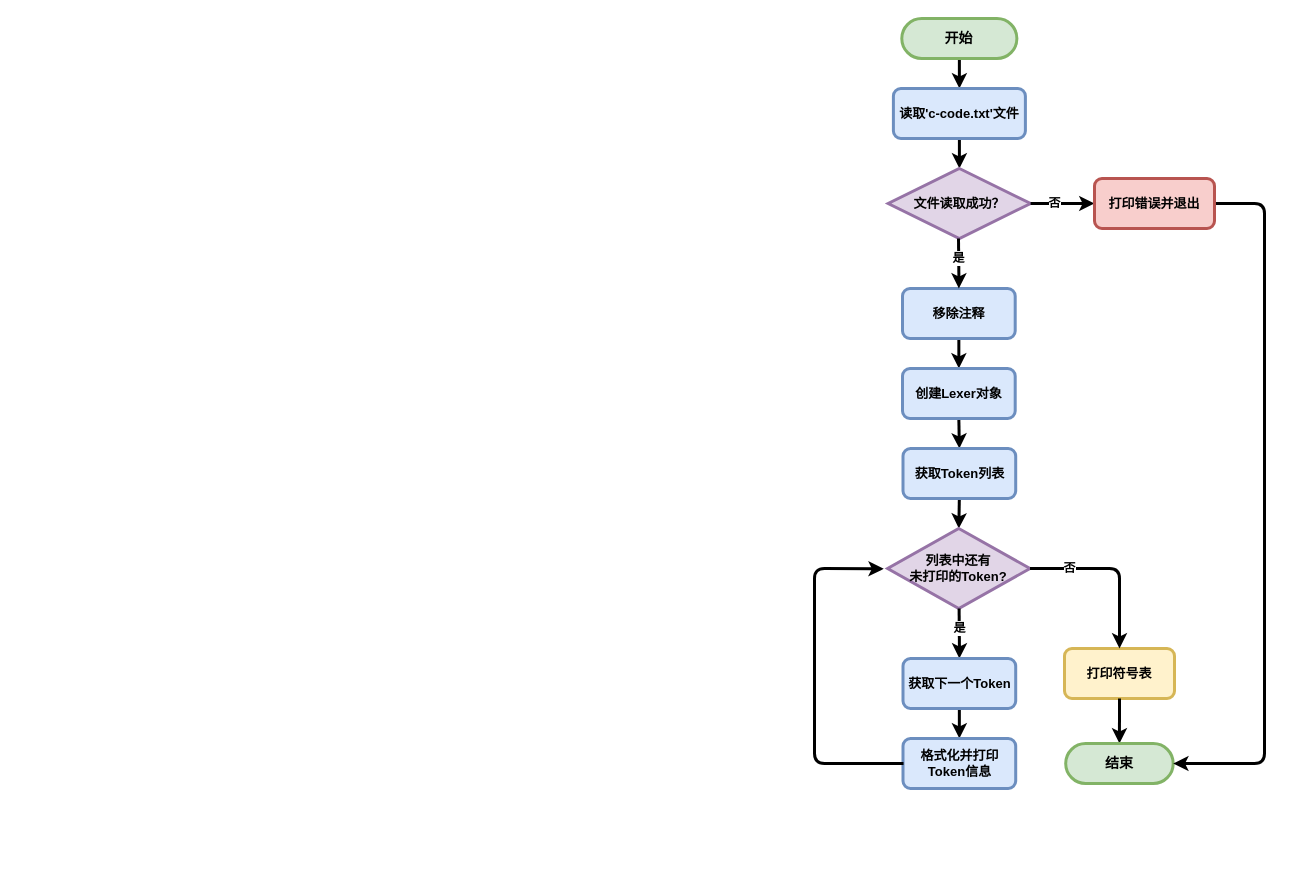
The draw.io diagram draw/flow-MAIN.drawio in zhangbird050801/C-Compiler, before the edit. Source tidied: cells renumbered, new cells numbered last; positions are measured from the earlier drawing's top-left corner, leaving out a move shared by most shapes. Both pictures are drawn from the tidied source at 100%, with x=0, y=0 at pixel (814, 18).
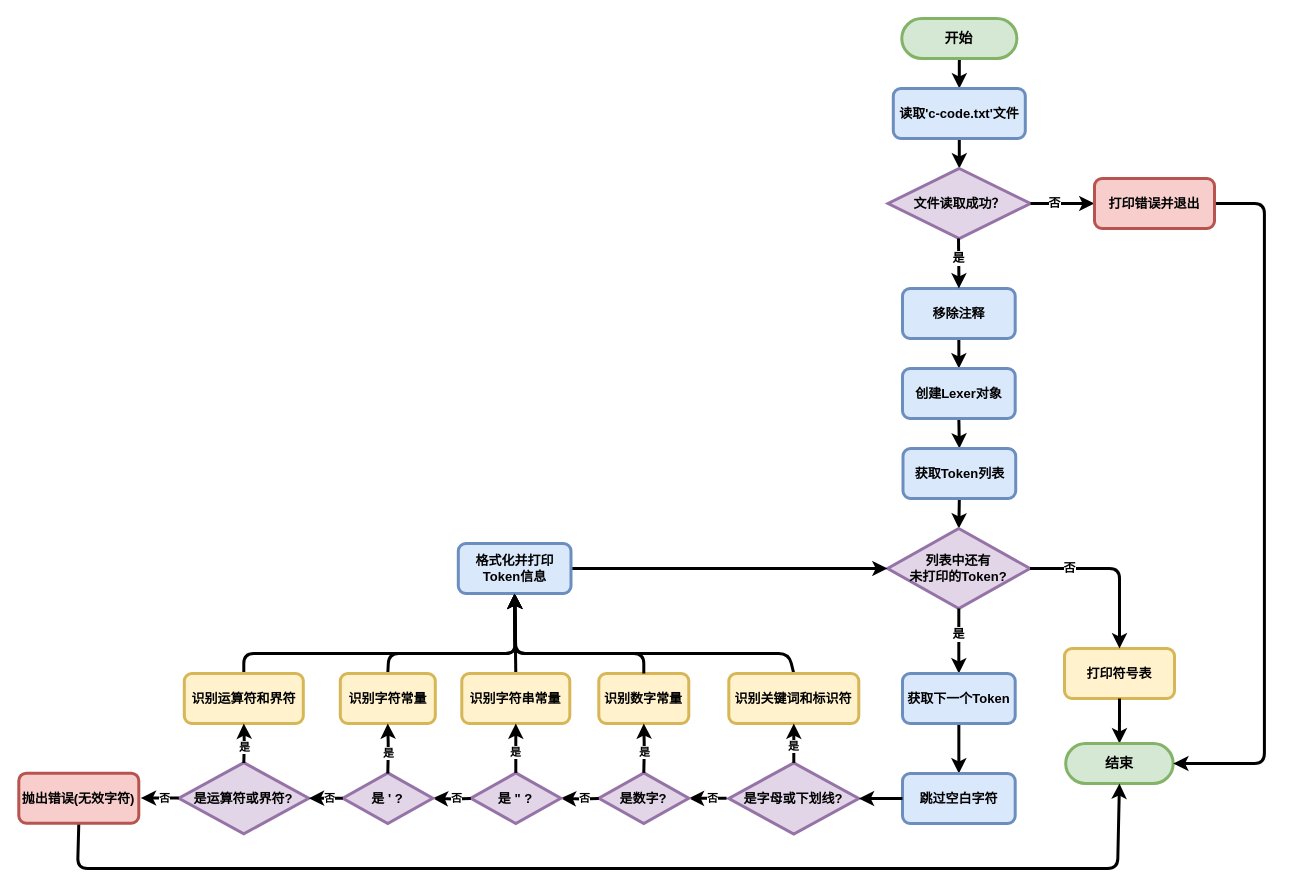
The same page after the edit.

Unchanged cells that the change refers to:
```xml
<mxCell id="8" value="&lt;span style=&quot;color: rgb(0, 0, 0);&quot;&gt;&lt;font style=&quot;&quot;&gt;移除注释&lt;/font&gt;&lt;/span&gt;" style="rounded=1;whiteSpace=wrap;html=1;fillColor=#dae8fc;strokeColor=#6c8ebf;strokeWidth=3;fontStyle=1;fontSize=13;" parent="1" vertex="1">
  <mxGeometry x="88" y="270" width="112.7" height="50" as="geometry" />
</mxCell>
<mxCell id="11" value="&lt;span style=&quot;color: rgb(0, 0, 0);&quot;&gt;&lt;font style=&quot;&quot;&gt;创建Lexer对象&lt;/font&gt;&lt;/span&gt;" style="rounded=1;whiteSpace=wrap;html=1;fillColor=#dae8fc;strokeColor=#6c8ebf;strokeWidth=3;fontStyle=1;fontSize=13;" parent="1" vertex="1">
  <mxGeometry x="88" y="350" width="112.7" height="50" as="geometry" />
</mxCell>
<mxCell id="13" value="&lt;span style=&quot;color: rgb(0, 0, 0);&quot;&gt;获取Token列表&lt;/span&gt;" style="rounded=1;whiteSpace=wrap;html=1;fillColor=#dae8fc;strokeColor=#6c8ebf;strokeWidth=3;fontStyle=1;fontSize=13;" parent="1" vertex="1">
  <mxGeometry x="88.5" y="430" width="112.7" height="50" as="geometry" />
</mxCell>
<mxCell id="20" value="打印符号表" style="rounded=1;whiteSpace=wrap;html=1;fillColor=#fff2cc;strokeColor=#d6b656;strokeWidth=3;fontStyle=1;fontSize=13;" parent="1" vertex="1">
  <mxGeometry x="250" y="630" width="110" height="50" as="geometry" />
</mxCell>
```

What changed in the source:
```diff
@@
-    <mxCell id="2" style="edgeStyle=none;html=1;exitX=0.5;exitY=1;exitDx=0;exitDy=0;entryX=0.5;entryY=0;entryDx=0;entryDy=0;strokeWidth=3;" parent="1" edge="1" source="3" target="5">
+    <mxCell id="2" style="edgeStyle=none;html=1;exitX=0.5;exitY=1;exitDx=0;exitDy=0;entryX=0.5;entryY=0;entryDx=0;entryDy=0;strokeWidth=3;fontStyle=1;" parent="1" edge="1" source="3" target="5">
       <mxGeometry relative="1" as="geometry" />
     </mxCell>
-    <mxCell id="3" value="&lt;b&gt;开始&lt;/b&gt;" style="rounded=1;whiteSpace=wrap;html=1;fillColor=#d5e8d4;strokeColor=#82b366;strokeWidth=3;fontStyle=1;fontSize=14;arcSize=50;" parent="1" vertex="1">
+    <mxCell id="3" value="&lt;span&gt;开始&lt;/span&gt;" style="rounded=1;whiteSpace=wrap;html=1;fillColor=#d5e8d4;strokeColor=#82b366;strokeWidth=3;fontStyle=1;fontSize=14;arcSize=50;" parent="1" vertex="1">
       <mxGeometry x="87.3" width="115.1" height="40" as="geometry" />
     </mxCell>
-    <mxCell id="4" style="edgeStyle=none;html=1;exitX=0.5;exitY=1;exitDx=0;exitDy=0;entryX=0.5;entryY=0;entryDx=0;entryDy=0;strokeWidth=3;" parent="1" edge="1" source="5" target="6">
+    <mxCell id="4" style="edgeStyle=none;html=1;exitX=0.5;exitY=1;exitDx=0;exitDy=0;entryX=0.5;entryY=0;entryDx=0;entryDy=0;strokeWidth=3;fontStyle=1;" parent="1" edge="1" source="5" target="6">
       <mxGeometry relative="1" as="geometry" />
     </mxCell>
     <mxCell id="5" value="读取&lt;span style=&quot;color: rgb(0, 0, 0);&quot;&gt;'c-code.txt'文件&lt;/span&gt;" style="rounded=1;whiteSpace=wrap;html=1;fillColor=#dae8fc;strokeColor=#6c8ebf;strokeWidth=3;fontStyle=1;fontSize=13;" parent="1" vertex="1">
-      <mxGeometry x="78.9" y="70" width="132" height="50" as="geometry" />
+      <mxGeometry x="78.8" y="70" width="132" height="50" as="geometry" />
     </mxCell>
     <mxCell id="6" value="文件读取成功？" style="rhombus;whiteSpace=wrap;html=1;fillColor=#e1d5e7;strokeColor=#9673a6;strokeWidth=3;fontStyle=1;fontSize=13;" parent="1" vertex="1">
-      <mxGeometry x="73.7" y="150" width="142.4" height="70" as="geometry" />
+      <mxGeometry x="73.6" y="150" width="142.4" height="70" as="geometry" />
     </mxCell>
-    <mxCell id="7" style="edgeStyle=none;html=1;exitX=0.5;exitY=1;exitDx=0;exitDy=0;entryX=0.5;entryY=0;entryDx=0;entryDy=0;strokeWidth=3;" parent="1" edge="1" source="8" target="11">
+    <mxCell id="7" style="edgeStyle=none;html=1;exitX=0.5;exitY=1;exitDx=0;exitDy=0;entryX=0.5;entryY=0;entryDx=0;entryDy=0;strokeWidth=3;fontStyle=1;" parent="1" edge="1" source="8" target="11">
       <mxGeometry relative="1" as="geometry" />
     </mxCell>
@@
-    <mxCell id="9" value="&lt;b&gt;是&lt;/b&gt;" style="edgeStyle=orthogonalEdgeStyle;rounded=1;jettySize=auto;html=1;strokeWidth=3;endArrow=classic;jumpStyle=arc;jumpSize=6;fontStyle=1;fontSize=12;exitX=0;exitY=0.5;exitDx=0;exitDy=0;entryX=0.5;entryY=0;entryDx=0;entryDy=0;" parent="1" edge="1" target="8">
+    <mxCell id="9" value="&lt;span&gt;是&lt;/span&gt;" style="edgeStyle=orthogonalEdgeStyle;rounded=1;jettySize=auto;html=1;strokeWidth=3;endArrow=classic;jumpStyle=arc;jumpSize=6;fontStyle=1;fontSize=12;exitX=0;exitY=0.5;exitDx=0;exitDy=0;entryX=0.5;entryY=0;entryDx=0;entryDy=0;" parent="1" edge="1" target="8">
       <mxGeometry x="-0.2" relative="1" as="geometry">
         <mxPoint x="144" y="220" as="sourcePoint" />
       </mxGeometry>
     </mxCell>
-    <mxCell id="10" style="edgeStyle=none;html=1;exitX=0.5;exitY=1;exitDx=0;exitDy=0;entryX=0.5;entryY=0;entryDx=0;entryDy=0;strokeWidth=3;" parent="1" edge="1" source="11" target="13">
+    <mxCell id="10" style="edgeStyle=none;html=1;exitX=0.5;exitY=1;exitDx=0;exitDy=0;entryX=0.5;entryY=0;entryDx=0;entryDy=0;strokeWidth=3;fontStyle=1;" parent="1" edge="1" source="11" target="13">
       <mxGeometry relative="1" as="geometry" />
     </mxCell>
@@
-    <mxCell id="12" style="edgeStyle=none;html=1;exitX=0.5;exitY=1;exitDx=0;exitDy=0;entryX=0.5;entryY=0;entryDx=0;entryDy=0;strokeWidth=3;" parent="1" edge="1" source="13" target="14">
+    <mxCell id="12" style="edgeStyle=none;html=1;exitX=0.5;exitY=1;exitDx=0;exitDy=0;entryX=0.5;entryY=0;entryDx=0;entryDy=0;strokeWidth=3;fontStyle=1;" parent="1" edge="1" source="13" target="14">
       <mxGeometry relative="1" as="geometry" />
     </mxCell>
@@
-    <mxCell id="14" value="&lt;b&gt;列表中还有&lt;/b&gt;&lt;div&gt;&lt;b&gt;未打印的Token?&lt;/b&gt;&lt;/div&gt;" style="rhombus;whiteSpace=wrap;html=1;fillColor=#e1d5e7;strokeColor=#9673a6;strokeWidth=3;fontStyle=1;fontSize=13;" parent="1" vertex="1">
+    <mxCell id="14" value="&lt;span&gt;列表中还有&lt;/span&gt;&lt;div&gt;&lt;span&gt;未打印的Token?&lt;/span&gt;&lt;/div&gt;" style="rhombus;whiteSpace=wrap;html=1;fillColor=#e1d5e7;strokeColor=#9673a6;strokeWidth=3;fontStyle=1;fontSize=13;" parent="1" vertex="1">
       <mxGeometry x="73.1" y="510" width="142.4" height="80" as="geometry" />
     </mxCell>
-    <mxCell id="15" value="&lt;b&gt;是&lt;/b&gt;" style="edgeStyle=orthogonalEdgeStyle;rounded=1;jettySize=auto;html=1;strokeWidth=3;endArrow=classic;jumpStyle=arc;jumpSize=6;fontStyle=1;fontSize=12;exitX=0;exitY=0.5;exitDx=0;exitDy=0;entryX=0.5;entryY=0;entryDx=0;entryDy=0;" parent="1" edge="1" target="17">
-      <mxGeometry x="-0.2" relative="1" as="geometry">
-        <mxPoint x="144.6" y="590" as="sourcePoint" />
-      </mxGeometry>
+    <mxCell id="15" value="&lt;span&gt;是&lt;/span&gt;" style="edgeStyle=orthogonalEdgeStyle;rounded=1;jettySize=auto;html=1;strokeWidth=3;endArrow=classic;jumpStyle=arc;jumpSize=6;fontStyle=1;fontSize=12;exitX=0.5;exitY=1;exitDx=0;exitDy=0;entryX=0.5;entryY=0;entryDx=0;entryDy=0;" parent="1" edge="1" source="14" target="17">
+      <mxGeometry x="-0.2" relative="1" as="geometry" />
     </mxCell>
-    <mxCell id="16" style="edgeStyle=none;html=1;exitX=0.5;exitY=1;exitDx=0;exitDy=0;strokeWidth=3;" parent="1" edge="1" source="17" target="18">
+    <mxCell id="16" style="edgeStyle=none;html=1;exitX=0.5;exitY=1;exitDx=0;exitDy=0;strokeWidth=3;fontStyle=1;" parent="1" edge="1" source="17" target="18">
       <mxGeometry relative="1" as="geometry" />
     </mxCell>
     <mxCell id="17" value="&lt;span style=&quot;color: rgb(0, 0, 0);&quot;&gt;获取下一个Token&lt;/span&gt;" style="rounded=1;whiteSpace=wrap;html=1;fillColor=#dae8fc;strokeColor=#6c8ebf;strokeWidth=3;fontStyle=1;fontSize=13;" parent="1" vertex="1">
-      <mxGeometry x="88.5" y="640" width="112.7" height="50" as="geometry" />
+      <mxGeometry x="88" y="655" width="112.7" height="50" as="geometry" />
     </mxCell>
-    <mxCell id="18" value="&lt;span style=&quot;color: rgb(0, 0, 0);&quot;&gt;格式化并打印Token信息&lt;/span&gt;" style="rounded=1;whiteSpace=wrap;html=1;fillColor=#dae8fc;strokeColor=#6c8ebf;strokeWidth=3;fontStyle=1;fontSize=13;" parent="1" vertex="1">
-      <mxGeometry x="88.5" y="720" width="112.7" height="50" as="geometry" />
+    <mxCell id="18" value="跳过空白字符" style="rounded=1;whiteSpace=wrap;html=1;fillColor=#dae8fc;strokeColor=#6c8ebf;strokeWidth=3;fontStyle=1;fontSize=13;" parent="1" vertex="1">
+      <mxGeometry x="88" y="755" width="112.7" height="50" as="geometry" />
     </mxCell>
-    <mxCell id="19" style="edgeStyle=none;html=1;entryX=-0.027;entryY=0.504;entryDx=0;entryDy=0;entryPerimeter=0;strokeWidth=3;" parent="1" edge="1" target="14">
-      <mxGeometry relative="1" as="geometry">
-        <mxPoint x="89" y="745" as="sourcePoint" />
-        <Array as="points">
-          <mxPoint y="745" />
-          <mxPoint y="550" />
-        </Array>
-      </mxGeometry>
-    </mxCell>
@@
-    <mxCell id="21" value="&lt;b&gt;否&lt;/b&gt;" style="edgeStyle=orthogonalEdgeStyle;rounded=1;jettySize=auto;html=1;strokeWidth=3;endArrow=classic;jumpStyle=arc;jumpSize=6;fontStyle=1;fontSize=12;entryX=0.5;entryY=0;entryDx=0;entryDy=0;exitX=1;exitY=0.5;exitDx=0;exitDy=0;" parent="1" edge="1" source="14" target="20">
+    <mxCell id="21" value="&lt;span&gt;否&lt;/span&gt;" style="edgeStyle=orthogonalEdgeStyle;rounded=1;jettySize=auto;html=1;strokeWidth=3;endArrow=classic;jumpStyle=arc;jumpSize=6;fontStyle=1;fontSize=12;entryX=0.5;entryY=0;entryDx=0;entryDy=0;exitX=1;exitY=0.5;exitDx=0;exitDy=0;" parent="1" edge="1" source="14" target="20">
       <mxGeometry x="-0.54" relative="1" as="geometry" />
     </mxCell>
-    <mxCell id="22" style="edgeStyle=none;html=1;entryX=0.5;entryY=0;entryDx=0;entryDy=0;strokeWidth=3;exitX=0.5;exitY=1;exitDx=0;exitDy=0;" parent="1" edge="1" source="20" target="23">
+    <mxCell id="22" style="edgeStyle=none;html=1;entryX=0.5;entryY=0;entryDx=0;entryDy=0;strokeWidth=3;exitX=0.5;exitY=1;exitDx=0;exitDy=0;fontStyle=1;" parent="1" edge="1" source="20" target="23">
       <mxGeometry relative="1" as="geometry" />
     </mxCell>
-    <mxCell id="23" value="&lt;b&gt;结束&lt;/b&gt;" style="rounded=1;whiteSpace=wrap;html=1;fillColor=#d5e8d4;strokeColor=#82b366;strokeWidth=3;fontStyle=1;fontSize=14;arcSize=50;" parent="1" vertex="1">
+    <mxCell id="23" value="&lt;span&gt;结束&lt;/span&gt;" style="rounded=1;whiteSpace=wrap;html=1;fillColor=#d5e8d4;strokeColor=#82b366;strokeWidth=3;fontStyle=1;fontSize=14;arcSize=50;" parent="1" vertex="1">
       <mxGeometry x="251.2" y="725" width="107.5" height="40" as="geometry" />
     </mxCell>
-    <mxCell id="24" value="&lt;b&gt;否&lt;/b&gt;" style="edgeStyle=orthogonalEdgeStyle;rounded=1;jettySize=auto;html=1;strokeWidth=3;endArrow=classic;jumpStyle=arc;jumpSize=6;fontStyle=1;fontSize=12;exitX=1;exitY=0.5;exitDx=0;exitDy=0;entryX=0;entryY=0.5;entryDx=0;entryDy=0;" parent="1" edge="1" source="6" target="26">
+    <mxCell id="24" value="&lt;span&gt;否&lt;/span&gt;" style="edgeStyle=orthogonalEdgeStyle;rounded=1;jettySize=auto;html=1;strokeWidth=3;endArrow=classic;jumpStyle=arc;jumpSize=6;fontStyle=1;fontSize=12;exitX=1;exitY=0.5;exitDx=0;exitDy=0;entryX=0;entryY=0.5;entryDx=0;entryDy=0;" parent="1" edge="1" source="6" target="26">
       <mxGeometry x="-0.25" relative="1" as="geometry" />
     </mxCell>
-    <mxCell id="25" style="edgeStyle=none;html=1;exitX=1;exitY=0.5;exitDx=0;exitDy=0;entryX=1;entryY=0.5;entryDx=0;entryDy=0;strokeWidth=3;" parent="1" edge="1" source="26" target="23">
+    <mxCell id="25" style="edgeStyle=none;html=1;exitX=1;exitY=0.5;exitDx=0;exitDy=0;entryX=1;entryY=0.5;entryDx=0;entryDy=0;strokeWidth=3;fontStyle=1;" parent="1" edge="1" source="26" target="23">
       <mxGeometry relative="1" as="geometry">
         <Array as="points">
-          <mxPoint x="450" y="185" />
-          <mxPoint x="450" y="745" />
+          <mxPoint x="449.9" y="185" />
+          <mxPoint x="449.9" y="745" />
         </Array>
       </mxGeometry>
     </mxCell>
-    <mxCell id="26" value="&lt;b&gt;打印错误并退出&lt;/b&gt;" style="rounded=1;whiteSpace=wrap;html=1;fillColor=#f8cecc;strokeColor=#b85450;strokeWidth=3;fontStyle=1;fontSize=13;" parent="1" vertex="1">
+    <mxCell id="26" value="&lt;span&gt;打印错误并退出&lt;/span&gt;" style="rounded=1;whiteSpace=wrap;html=1;fillColor=#f8cecc;strokeColor=#b85450;strokeWidth=3;fontStyle=1;fontSize=13;" parent="1" vertex="1">
       <mxGeometry x="280" y="160" width="120" height="50" as="geometry" />
     </mxCell>
+    <mxCell id="27" value="是字母或下划线?" style="rhombus;whiteSpace=wrap;html=1;fillColor=#e1d5e7;strokeColor=#9673a6;strokeWidth=3;fontStyle=1;fontSize=13;" parent="1" vertex="1">
+      <mxGeometry x="-85.7" y="744.4" width="130" height="71.2" as="geometry" />
+    </mxCell>
+    <mxCell id="28" style="edgeStyle=none;html=1;exitX=0;exitY=0.5;exitDx=0;exitDy=0;strokeWidth=3;entryX=1;entryY=0.5;entryDx=0;entryDy=0;fontStyle=1;" parent="1" edge="1" source="18" target="27">
+      <mxGeometry relative="1" as="geometry" />
+    </mxCell>
+    <mxCell id="29" value="否" style="edgeStyle=orthogonalEdgeStyle;html=1;strokeWidth=3;rounded=1;exitX=-0.017;exitY=0.497;exitDx=0;exitDy=0;exitPerimeter=0;entryX=1;entryY=0.5;entryDx=0;entryDy=0;fontStyle=1;" parent="1" edge="1" source="27" target="30">
+      <mxGeometry x="-0.26" relative="1" as="geometry" />
+    </mxCell>
+    <mxCell id="30" value="&lt;span style=&quot;color: rgb(0, 0, 0);&quot;&gt;是数字?&lt;/span&gt;" style="rhombus;whiteSpace=wrap;html=1;fillColor=#e1d5e7;strokeColor=#9673a6;strokeWidth=3;fontStyle=1;fontSize=13;" parent="1" vertex="1">
+      <mxGeometry x="-215.7" y="754.4" width="90" height="50.6" as="geometry" />
+    </mxCell>
+    <mxCell id="31" value="否" style="edgeStyle=orthogonalEdgeStyle;html=1;strokeWidth=3;rounded=1;exitX=-0.017;exitY=0.497;exitDx=0;exitDy=0;exitPerimeter=0;entryX=1;entryY=0.5;entryDx=0;entryDy=0;fontStyle=1;" parent="1" edge="1" target="32">
+      <mxGeometry x="-0.26" relative="1" as="geometry">
+        <mxPoint x="-215.7" y="780" as="sourcePoint" />
+      </mxGeometry>
+    </mxCell>
+    <mxCell id="32" value="&lt;span style=&quot;color: rgb(0, 0, 0);&quot;&gt;是 &quot; ?&lt;/span&gt;" style="rhombus;whiteSpace=wrap;html=1;fillColor=#e1d5e7;strokeColor=#9673a6;strokeWidth=3;fontStyle=1;fontSize=13;" parent="1" vertex="1">
+      <mxGeometry x="-343.7" y="754.4" width="90" height="50.6" as="geometry" />
+    </mxCell>
+    <mxCell id="33" value="否" style="edgeStyle=orthogonalEdgeStyle;html=1;strokeWidth=3;rounded=1;exitX=-0.017;exitY=0.497;exitDx=0;exitDy=0;exitPerimeter=0;entryX=1;entryY=0.5;entryDx=0;entryDy=0;fontStyle=1;" parent="1" edge="1" target="34">
+      <mxGeometry x="-0.26" relative="1" as="geometry">
+        <mxPoint x="-343.7" y="780" as="sourcePoint" />
+      </mxGeometry>
+    </mxCell>
+    <mxCell id="34" value="&lt;span style=&quot;color: rgb(0, 0, 0);&quot;&gt;是 ' ?&lt;/span&gt;" style="rhombus;whiteSpace=wrap;html=1;fillColor=#e1d5e7;strokeColor=#9673a6;strokeWidth=3;fontStyle=1;fontSize=13;" parent="1" vertex="1">
+      <mxGeometry x="-471.7" y="754.4" width="90" height="50.6" as="geometry" />
+    </mxCell>
+    <mxCell id="35" value="&lt;span style=&quot;color: rgb(0, 0, 0);&quot;&gt;是运算符或界符?&lt;/span&gt;" style="rhombus;whiteSpace=wrap;html=1;fillColor=#e1d5e7;strokeColor=#9673a6;strokeWidth=3;fontStyle=1;fontSize=13;" parent="1" vertex="1">
+      <mxGeometry x="-635.7" y="744.1" width="130" height="71.2" as="geometry" />
+    </mxCell>
+    <mxCell id="36" value="否" style="edgeStyle=orthogonalEdgeStyle;html=1;strokeWidth=3;rounded=1;entryX=1;entryY=0.5;entryDx=0;entryDy=0;exitX=0;exitY=0.5;exitDx=0;exitDy=0;fontStyle=1;" parent="1" edge="1" source="34">
+      <mxGeometry x="-0.26" relative="1" as="geometry">
+        <mxPoint x="-505.7" y="779.8" as="targetPoint" />
+      </mxGeometry>
+    </mxCell>
+    <mxCell id="37" value="否" style="edgeStyle=orthogonalEdgeStyle;html=1;strokeWidth=3;rounded=1;exitX=-0.017;exitY=0.497;exitDx=0;exitDy=0;exitPerimeter=0;entryX=1;entryY=0.5;entryDx=0;entryDy=0;fontStyle=1;" parent="1" edge="1">
+      <mxGeometry x="-0.26" relative="1" as="geometry">
+        <mxPoint x="-635.7" y="779.5" as="sourcePoint" />
+        <mxPoint x="-673.7" y="779.5" as="targetPoint" />
+      </mxGeometry>
+    </mxCell>
+    <mxCell id="38" style="edgeStyle=none;html=1;exitX=0.5;exitY=1;exitDx=0;exitDy=0;entryX=0.5;entryY=1;entryDx=0;entryDy=0;strokeWidth=3;fontStyle=1;" parent="1" edge="1" source="39" target="23">
+      <mxGeometry relative="1" as="geometry">
+        <Array as="points">
+          <mxPoint x="-736.9" y="850" />
+          <mxPoint x="-216.9" y="850" />
+          <mxPoint x="303.1" y="850" />
+        </Array>
+      </mxGeometry>
+    </mxCell>
+    <mxCell id="39" value="抛出错误(无效字符)" style="rounded=1;whiteSpace=wrap;html=1;fillColor=#f8cecc;strokeColor=#b85450;strokeWidth=3;fontStyle=1;fontSize=13;" parent="1" vertex="1">
+      <mxGeometry x="-795.7" y="754.7" width="120" height="50" as="geometry" />
+    </mxCell>
+    <mxCell id="40" style="edgeStyle=none;html=1;exitX=0.5;exitY=0;exitDx=0;exitDy=0;entryX=0.5;entryY=1;entryDx=0;entryDy=0;strokeWidth=3;fontStyle=1;" parent="1" edge="1" source="41" target="55">
+      <mxGeometry relative="1" as="geometry">
+        <Array as="points">
+          <mxPoint x="-25.7" y="635" />
+          <mxPoint x="-298.9" y="635" />
+        </Array>
+      </mxGeometry>
+    </mxCell>
+    <mxCell id="41" value="识别关键词和标识符" style="rounded=1;whiteSpace=wrap;html=1;fillColor=#fff2cc;strokeColor=#d6b656;strokeWidth=3;fontStyle=1;fontSize=13;" parent="1" vertex="1">
+      <mxGeometry x="-85.7" y="655" width="130" height="50" as="geometry" />
+    </mxCell>
+    <mxCell id="42" value="&lt;span&gt;是&lt;/span&gt;" style="edgeStyle=orthogonalEdgeStyle;html=1;strokeWidth=3;rounded=1;entryX=0.5;entryY=1;entryDx=0;entryDy=0;exitX=0.5;exitY=0;exitDx=0;exitDy=0;fontStyle=1;" parent="1" edge="1" source="27" target="41">
+      <mxGeometry x="-0.2" relative="1" as="geometry" />
+    </mxCell>
+    <mxCell id="43" value="&lt;span style=&quot;color: rgb(0, 0, 0);&quot;&gt;识别数字常量&lt;/span&gt;" style="rounded=1;whiteSpace=wrap;html=1;fillColor=#fff2cc;strokeColor=#d6b656;strokeWidth=3;fontStyle=1;fontSize=13;" parent="1" vertex="1">
+      <mxGeometry x="-215.7" y="655" width="90" height="50" as="geometry" />
+    </mxCell>
+    <mxCell id="44" value="是" style="edgeStyle=orthogonalEdgeStyle;html=1;strokeWidth=3;rounded=1;entryX=0.5;entryY=1;entryDx=0;entryDy=0;exitX=0.5;exitY=0;exitDx=0;exitDy=0;fontStyle=1;" parent="1" edge="1" target="43">
+      <mxGeometry x="-0.2" relative="1" as="geometry">
+        <mxPoint x="-170.7" y="754.4" as="sourcePoint" />
+      </mxGeometry>
+    </mxCell>
+    <mxCell id="45" style="edgeStyle=none;html=1;exitX=0.5;exitY=0;exitDx=0;exitDy=0;entryX=0.5;entryY=1;entryDx=0;entryDy=0;strokeWidth=3;fontStyle=1;" parent="1" edge="1" source="46" target="55">
+      <mxGeometry relative="1" as="geometry" />
+    </mxCell>
+    <mxCell id="46" value="&lt;span style=&quot;color: rgb(0, 0, 0);&quot;&gt;识别字符串常量&lt;/span&gt;" style="rounded=1;whiteSpace=wrap;html=1;fillColor=#fff2cc;strokeColor=#d6b656;strokeWidth=3;fontStyle=1;fontSize=13;" parent="1" vertex="1">
+      <mxGeometry x="-352.7" y="655" width="108" height="50" as="geometry" />
+    </mxCell>
+    <mxCell id="47" value="是" style="edgeStyle=orthogonalEdgeStyle;html=1;strokeWidth=3;rounded=1;entryX=0.5;entryY=1;entryDx=0;entryDy=0;exitX=0.5;exitY=0;exitDx=0;exitDy=0;fontStyle=1;" parent="1" edge="1" source="32" target="46">
+      <mxGeometry x="-0.2" relative="1" as="geometry" />
+    </mxCell>
+    <mxCell id="48" style="edgeStyle=none;html=1;exitX=0.5;exitY=0;exitDx=0;exitDy=0;strokeWidth=3;entryX=0.5;entryY=1;entryDx=0;entryDy=0;fontStyle=1;" parent="1" edge="1" source="49" target="55">
+      <mxGeometry relative="1" as="geometry">
+        <Array as="points">
+          <mxPoint x="-425.7" y="635" />
+          <mxPoint x="-298.7" y="635" />
+        </Array>
+      </mxGeometry>
+    </mxCell>
+    <mxCell id="49" value="&lt;span style=&quot;color: rgb(0, 0, 0);&quot;&gt;识别字符常量&lt;/span&gt;" style="rounded=1;whiteSpace=wrap;html=1;fillColor=#fff2cc;strokeColor=#d6b656;strokeWidth=3;fontStyle=1;fontSize=13;" parent="1" vertex="1">
+      <mxGeometry x="-474.2" y="655" width="95" height="50" as="geometry" />
+    </mxCell>
+    <mxCell id="50" value="是" style="edgeStyle=orthogonalEdgeStyle;html=1;strokeWidth=3;rounded=1;entryX=0.5;entryY=1;entryDx=0;entryDy=0;exitX=0.5;exitY=0;exitDx=0;exitDy=0;fontStyle=1;" parent="1" edge="1" target="49">
+      <mxGeometry x="-0.2" relative="1" as="geometry">
+        <mxPoint x="-426.7" y="755" as="sourcePoint" />
+      </mxGeometry>
+    </mxCell>
+    <mxCell id="51" style="edgeStyle=none;html=1;exitX=0.5;exitY=0;exitDx=0;exitDy=0;entryX=0.5;entryY=1;entryDx=0;entryDy=0;strokeWidth=3;fontStyle=1;" parent="1" edge="1" source="52" target="55">
+      <mxGeometry relative="1" as="geometry">
+        <Array as="points">
+          <mxPoint x="-570.7" y="635" />
+          <mxPoint x="-298.9" y="635" />
+        </Array>
+      </mxGeometry>
+    </mxCell>
+    <mxCell id="52" value="&lt;span style=&quot;color: rgb(0, 0, 0);&quot;&gt;识别运算符和界符&lt;/span&gt;" style="rounded=1;whiteSpace=wrap;html=1;fillColor=#fff2cc;strokeColor=#d6b656;strokeWidth=3;fontStyle=1;fontSize=13;" parent="1" vertex="1">
+      <mxGeometry x="-630.2" y="655" width="119" height="50" as="geometry" />
+    </mxCell>
+    <mxCell id="53" value="是" style="edgeStyle=orthogonalEdgeStyle;html=1;strokeWidth=3;rounded=1;entryX=0.5;entryY=1;entryDx=0;entryDy=0;exitX=0.5;exitY=0;exitDx=0;exitDy=0;fontStyle=1;" parent="1" edge="1" target="52">
+      <mxGeometry x="-0.2" relative="1" as="geometry">
+        <mxPoint x="-570.7" y="744.5" as="sourcePoint" />
+      </mxGeometry>
+    </mxCell>
+    <mxCell id="54" style="edgeStyle=none;html=1;exitX=1;exitY=0.5;exitDx=0;exitDy=0;entryX=0;entryY=0.5;entryDx=0;entryDy=0;strokeWidth=3;fontStyle=1;" parent="1" edge="1" source="55" target="14">
+      <mxGeometry relative="1" as="geometry" />
+    </mxCell>
+    <mxCell id="55" value="&lt;span style=&quot;color: rgb(0, 0, 0);&quot;&gt;格式化并打印Token信息&lt;/span&gt;" style="rounded=1;whiteSpace=wrap;html=1;fillColor=#dae8fc;strokeColor=#6c8ebf;strokeWidth=3;fontStyle=1;fontSize=13;" parent="1" vertex="1">
+      <mxGeometry x="-356.2" y="525" width="112.7" height="50" as="geometry" />
+    </mxCell>
+    <mxCell id="56" style="edgeStyle=none;html=1;exitX=0.5;exitY=0;exitDx=0;exitDy=0;entryX=0.5;entryY=1;entryDx=0;entryDy=0;strokeWidth=3;fontStyle=1;" parent="1" edge="1" source="43" target="55">
+      <mxGeometry relative="1" as="geometry">
+        <Array as="points">
+          <mxPoint x="-170.7" y="635" />
+          <mxPoint x="-299.9" y="635" />
+        </Array>
+      </mxGeometry>
+    </mxCell>
```
